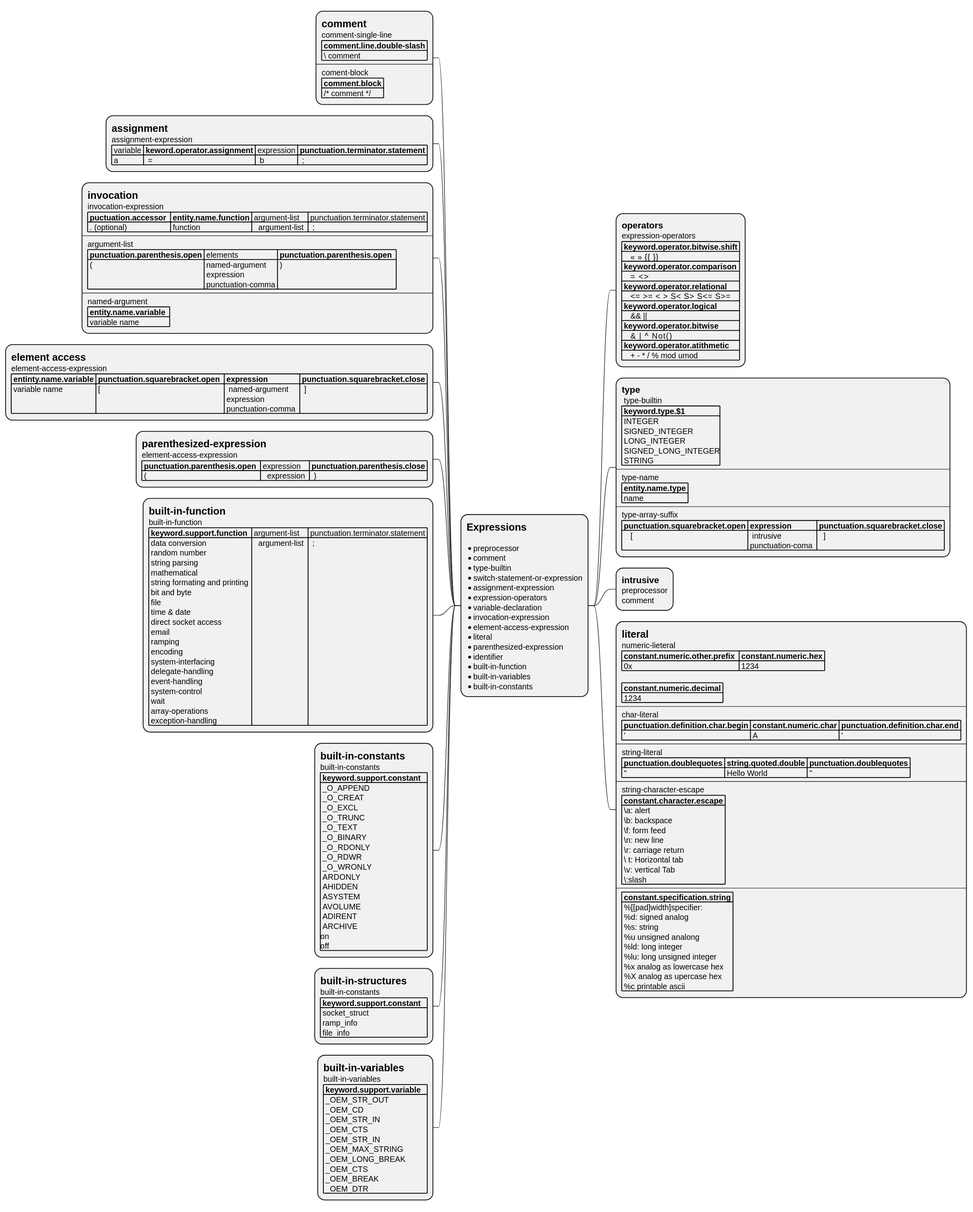
Earlier version of the PlantUML export csharp-syntax-mindmap/expressions.svg (alvaroyurrita/vscode-crestron-splus).
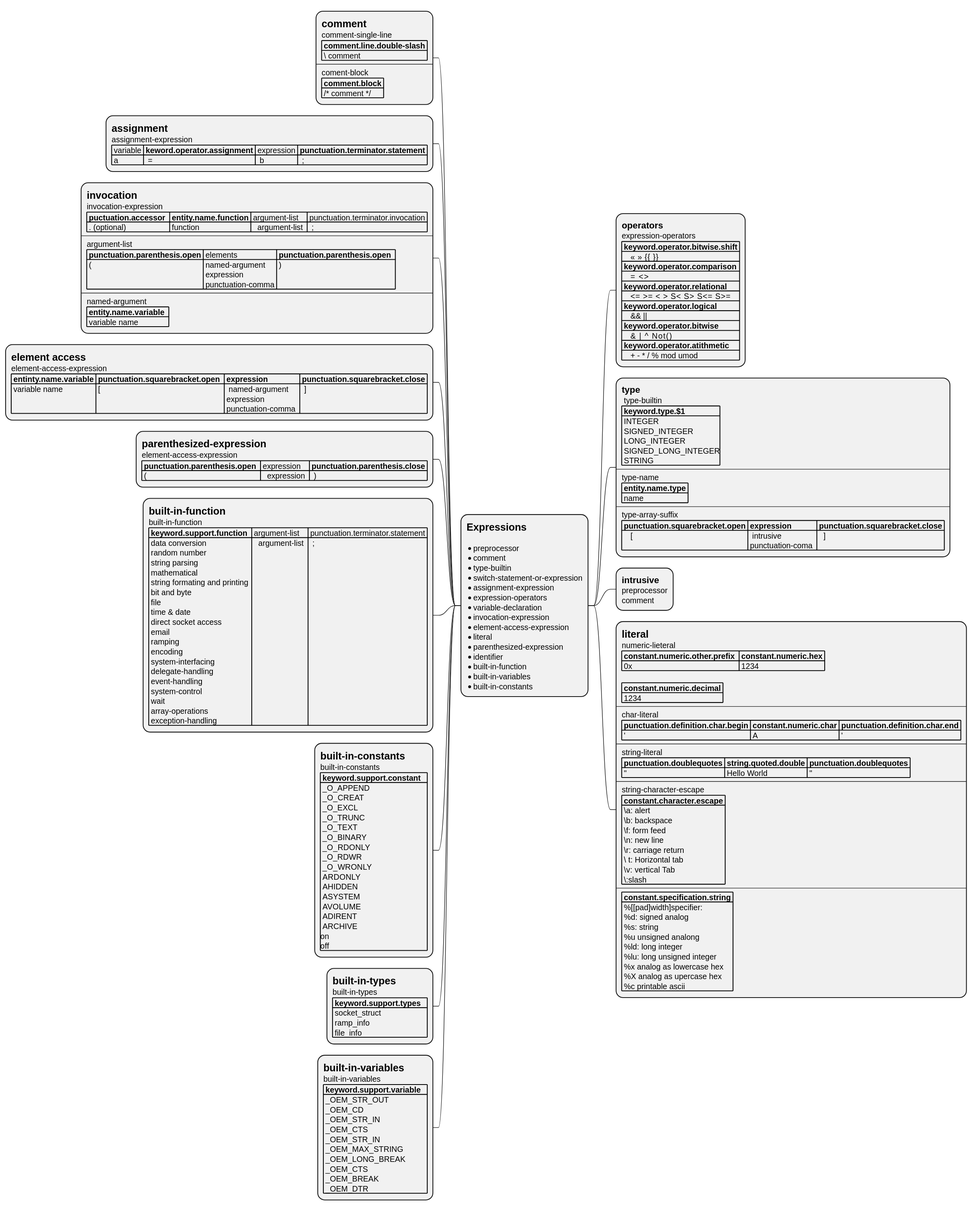
Above is the later version.

What changed in the source:
```diff
@@ -95,7 +95,7 @@
 
 **:= invocation
 invocation-expression
-|= puctuation.accessor  |= entity.name.function | argument-list | punctuation.terminator.statement |
+|= puctuation.accessor  |= entity.name.function | argument-list | punctuation.terminator.invocation |
 | . (optional) | function  |   argument-list  |  ;  |
 ----
 argument-list
@@ -126,9 +126,9 @@
 |= keyword.support.constant   |
 | _O_APPEND\n _O_CREAT\n _O_EXCL\n _O_TRUNC\n _O_TEXT\n _O_BINARY\n _O_RDONLY\n _O_RDWR\n _O_WRONLY\n ARDONLY\n AHIDDEN\n ASYSTEM\n AVOLUME\n ADIRENT\n ARCHIVE\non \noff |;
 
-**:= built-in-structures
-built-in-constants
-|= keyword.support.constant   |
+**:= built-in-types
+built-in-types
+|= keyword.support.types   |
 | socket_struct\n ramp_info\n file_info|;
 
 **:= built-in-variables
```
